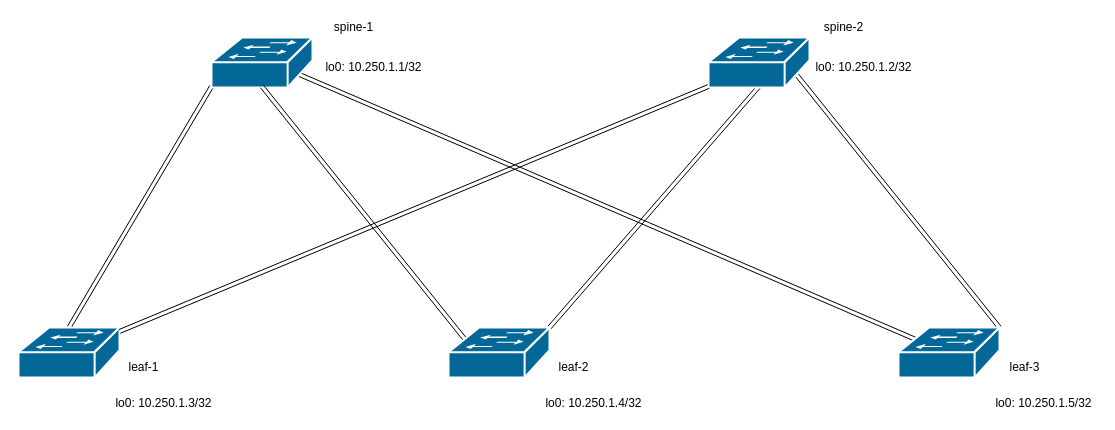
This is ceos/5-node_port-channel/vxlan_ospf-underlay.drawio from rmcmilli/Terraform, a draw.io file, before an edit. Source tidied: cells renumbered, new cells numbered last; positions are measured from the earlier drawing's top-left corner, leaving out a move shared by most shapes. Both pictures are drawn from the tidied source at 100%, with x=0, y=0 at pixel (18, 17).
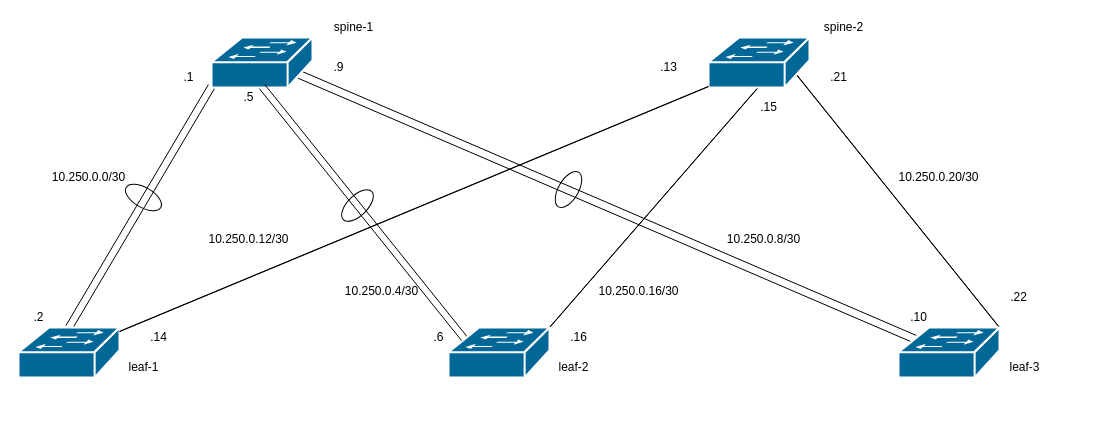
Above is the later version.

Commit message:
Update port-channels

The change refers to these unchanged cells:
```xml
<mxCell id="4" style="shape=mxgraph.cisco.switches.workgroup_switch;html=1;dashed=0;fillColor=#036897;strokeColor=#ffffff;strokeWidth=2;verticalLabelPosition=bottom;verticalAlign=top;align=center;outlineConnect=0;" parent="1" vertex="1">
  <mxGeometry x="193" y="20" width="101" height="50" as="geometry" />
</mxCell>
<mxCell id="7" style="shape=mxgraph.cisco.switches.workgroup_switch;html=1;dashed=0;fillColor=#036897;strokeColor=#ffffff;strokeWidth=2;verticalLabelPosition=bottom;verticalAlign=top;align=center;outlineConnect=0;" parent="1" vertex="1">
  <mxGeometry x="690" y="20" width="101" height="50" as="geometry" />
</mxCell>
<mxCell id="8" style="shape=mxgraph.cisco.switches.workgroup_switch;html=1;dashed=0;fillColor=#036897;strokeColor=#ffffff;strokeWidth=2;verticalLabelPosition=bottom;verticalAlign=top;align=center;outlineConnect=0;" parent="1" vertex="1">
  <mxGeometry y="310" width="101" height="50" as="geometry" />
</mxCell>
<mxCell id="11" style="shape=mxgraph.cisco.switches.workgroup_switch;html=1;dashed=0;fillColor=#036897;strokeColor=#ffffff;strokeWidth=2;verticalLabelPosition=bottom;verticalAlign=top;align=center;outlineConnect=0;" parent="1" vertex="1">
  <mxGeometry x="430" y="310" width="101" height="50" as="geometry" />
</mxCell>
<mxCell id="12" style="shape=mxgraph.cisco.switches.workgroup_switch;html=1;dashed=0;fillColor=#036897;strokeColor=#ffffff;strokeWidth=2;verticalLabelPosition=bottom;verticalAlign=top;align=center;outlineConnect=0;" parent="1" vertex="1">
  <mxGeometry x="880" y="310" width="101" height="50" as="geometry" />
</mxCell>
```

Change to the diagram source:
```diff
@@
-    <mxCell id="2" style="edgeStyle=none;shape=link;rounded=0;jettySize=auto;html=1;exitX=0;exitY=0.98;exitDx=0;exitDy=0;exitPerimeter=0;entryX=0.5;entryY=0;entryDx=0;entryDy=0;entryPerimeter=0;" parent="1" edge="1" source="4" target="8">
+    <mxCell id="2" style="edgeStyle=none;shape=link;rounded=0;jettySize=auto;html=1;exitX=0;exitY=0.98;exitDx=0;exitDy=0;exitPerimeter=0;entryX=0.5;entryY=0;entryDx=0;entryDy=0;entryPerimeter=0;width=7.297297297297295;" parent="1" edge="1" source="4" target="8">
       <mxGeometry relative="1" as="geometry" />
     </mxCell>
-    <mxCell id="3" style="edgeStyle=none;shape=link;rounded=0;jettySize=auto;html=1;exitX=0.87;exitY=0.74;exitDx=0;exitDy=0;exitPerimeter=0;entryX=0.16;entryY=0.23;entryDx=0;entryDy=0;entryPerimeter=0;" parent="1" edge="1" source="4" target="12">
+    <mxCell id="3" style="edgeStyle=none;shape=link;rounded=0;jettySize=auto;html=1;exitX=0.87;exitY=0.74;exitDx=0;exitDy=0;exitPerimeter=0;entryX=0.16;entryY=0.23;entryDx=0;entryDy=0;entryPerimeter=0;width=7.837837837837839;" parent="1" edge="1" source="4" target="12">
       <mxGeometry relative="1" as="geometry" />
     </mxCell>
@@
-    <mxCell id="5" style="edgeStyle=none;shape=link;rounded=0;jettySize=auto;html=1;exitX=0.87;exitY=0.74;exitDx=0;exitDy=0;exitPerimeter=0;entryX=1;entryY=0;entryDx=0;entryDy=0;entryPerimeter=0;" parent="1" edge="1" source="7" target="12">
+    <mxCell id="5" style="edgeStyle=none;shape=link;rounded=0;jettySize=auto;html=1;exitX=0.87;exitY=0.74;exitDx=0;exitDy=0;exitPerimeter=0;entryX=1;entryY=0;entryDx=0;entryDy=0;entryPerimeter=0;width=-0.2702702702702702;" parent="1" edge="1" source="7" target="12">
       <mxGeometry relative="1" as="geometry" />
     </mxCell>
-    <mxCell id="6" style="edgeStyle=none;shape=link;rounded=0;jettySize=auto;html=1;exitX=0.5;exitY=0.98;exitDx=0;exitDy=0;exitPerimeter=0;entryX=1;entryY=0;entryDx=0;entryDy=0;entryPerimeter=0;" parent="1" edge="1" source="7" target="11">
+    <mxCell id="6" style="edgeStyle=none;shape=link;rounded=0;jettySize=auto;html=1;exitX=0.5;exitY=0.98;exitDx=0;exitDy=0;exitPerimeter=0;entryX=1;entryY=0;entryDx=0;entryDy=0;entryPerimeter=0;width=-0.2702702702702702;" parent="1" edge="1" source="7" target="11">
       <mxGeometry relative="1" as="geometry" />
     </mxCell>
@@
-    <mxCell id="9" style="edgeStyle=none;shape=link;rounded=0;jettySize=auto;html=1;exitX=0.16;exitY=0.23;exitDx=0;exitDy=0;exitPerimeter=0;entryX=0.5;entryY=0.98;entryDx=0;entryDy=0;entryPerimeter=0;" parent="1" edge="1" source="11" target="4">
+    <mxCell id="9" style="edgeStyle=none;shape=link;rounded=0;jettySize=auto;html=1;exitX=0.16;exitY=0.23;exitDx=0;exitDy=0;exitPerimeter=0;entryX=0.5;entryY=0.98;entryDx=0;entryDy=0;entryPerimeter=0;width=6.756756756756754;" parent="1" edge="1" source="11" target="4">
       <mxGeometry relative="1" as="geometry" />
     </mxCell>
-    <mxCell id="10" style="edgeStyle=none;shape=link;rounded=0;jettySize=auto;html=1;entryX=0;entryY=0.98;entryDx=0;entryDy=0;entryPerimeter=0;" parent="1" edge="1" source="8" target="7">
+    <mxCell id="10" style="edgeStyle=none;shape=link;rounded=0;jettySize=auto;html=1;entryX=0;entryY=0.98;entryDx=0;entryDy=0;entryPerimeter=0;width=0.2702702702702702;" parent="1" edge="1" source="8" target="7">
       <mxGeometry relative="1" as="geometry" />
     </mxCell>
@@
-    <mxCell id="18" parent="0" />
-    <mxCell id="19" value="lo0: 10.250.1.1/32" style="text;html=1;align=center;verticalAlign=middle;" parent="18" vertex="1">
-      <mxGeometry x="300" y="40" width="110" height="20" as="geometry" />
-    </mxCell>
-    <mxCell id="20" value="lo0: 10.250.1.2/32" style="text;html=1;align=center;verticalAlign=middle;" parent="18" vertex="1">
-      <mxGeometry x="790" y="40" width="110" height="20" as="geometry" />
-    </mxCell>
-    <mxCell id="21" value="lo0: 10.250.1.3/32" style="text;html=1;align=center;verticalAlign=middle;" parent="18" vertex="1">
-      <mxGeometry x="90" y="376" width="110" height="20" as="geometry" />
-    </mxCell>
-    <mxCell id="22" value="lo0: 10.250.1.4/32" style="text;html=1;align=center;verticalAlign=middle;" parent="18" vertex="1">
-      <mxGeometry x="520" y="376" width="110" height="20" as="geometry" />
-    </mxCell>
-    <mxCell id="23" value="lo0: 10.250.1.5/32" style="text;html=1;align=center;verticalAlign=middle;" parent="18" vertex="1">
-      <mxGeometry x="970" y="376" width="110" height="20" as="geometry" />
-    </mxCell>
+    <mxCell id="24" style="ellipse;whiteSpace=wrap;html=1;fillColor=none;rotation=30;" parent="1" vertex="1">
+      <mxGeometry x="105" y="170" width="40" height="20" as="geometry" />
+    </mxCell>
+    <mxCell id="25" style="ellipse;whiteSpace=wrap;html=1;fillColor=none;rotation=-45;" parent="1" vertex="1">
+      <mxGeometry x="319" y="178" width="40" height="20" as="geometry" />
+    </mxCell>
+    <mxCell id="26" style="ellipse;whiteSpace=wrap;html=1;fillColor=none;rotation=-60;" parent="1" vertex="1">
+      <mxGeometry x="530" y="162" width="40" height="20" as="geometry" />
+    </mxCell>
+    <mxCell id="27" parent="0" />
+    <mxCell id="28" value="10.250.0.0/30" style="text;html=1;align=center;verticalAlign=middle;" parent="27" vertex="1">
+      <mxGeometry x="25" y="150" width="90" height="20" as="geometry" />
+    </mxCell>
+    <mxCell id="29" value="10.250.0.12/30" style="text;html=1;align=center;verticalAlign=middle;" parent="27" vertex="1">
+      <mxGeometry x="180" y="212" width="100" height="20" as="geometry" />
+    </mxCell>
+    <mxCell id="30" value="10.250.0.4/30" style="text;html=1;align=center;verticalAlign=middle;" parent="27" vertex="1">
+      <mxGeometry x="318" y="264" width="90" height="20" as="geometry" />
+    </mxCell>
+    <mxCell id="31" value="10.250.0.16/30" style="text;html=1;align=center;verticalAlign=middle;" parent="27" vertex="1">
+      <mxGeometry x="570" y="264" width="100" height="20" as="geometry" />
+    </mxCell>
+    <mxCell id="32" value="10.250.0.8/30" style="text;html=1;align=center;verticalAlign=middle;" parent="27" vertex="1">
+      <mxGeometry x="700" y="212" width="90" height="20" as="geometry" />
+    </mxCell>
+    <mxCell id="33" value="10.250.0.20/30" style="text;html=1;align=center;verticalAlign=middle;" parent="27" vertex="1">
+      <mxGeometry x="870" y="150" width="100" height="20" as="geometry" />
+    </mxCell>
+    <mxCell id="34" value=".1" style="text;html=1;align=center;verticalAlign=middle;" parent="27" vertex="1">
+      <mxGeometry x="155" y="50" width="30" height="20" as="geometry" />
+    </mxCell>
+    <mxCell id="35" value=".2" style="text;html=1;align=center;verticalAlign=middle;" parent="27" vertex="1">
+      <mxGeometry x="5" y="290" width="30" height="20" as="geometry" />
+    </mxCell>
+    <mxCell id="36" value=".5" style="text;html=1;align=center;verticalAlign=middle;" parent="27" vertex="1">
+      <mxGeometry x="215" y="70" width="30" height="20" as="geometry" />
+    </mxCell>
+    <mxCell id="37" value=".6" style="text;html=1;align=center;verticalAlign=middle;" parent="27" vertex="1">
+      <mxGeometry x="405" y="310" width="30" height="20" as="geometry" />
+    </mxCell>
+    <mxCell id="38" value=".9" style="text;html=1;align=center;verticalAlign=middle;" parent="27" vertex="1">
+      <mxGeometry x="305" y="40" width="30" height="20" as="geometry" />
+    </mxCell>
+    <mxCell id="39" value=".10" style="text;html=1;align=center;verticalAlign=middle;" parent="27" vertex="1">
+      <mxGeometry x="885" y="290" width="30" height="20" as="geometry" />
+    </mxCell>
+    <mxCell id="40" value=".13" style="text;html=1;align=center;verticalAlign=middle;" parent="27" vertex="1">
+      <mxGeometry x="635" y="40" width="30" height="20" as="geometry" />
+    </mxCell>
+    <mxCell id="41" value=".14" style="text;html=1;align=center;verticalAlign=middle;" parent="27" vertex="1">
+      <mxGeometry x="125" y="310" width="30" height="20" as="geometry" />
+    </mxCell>
+    <mxCell id="42" value=".15" style="text;html=1;align=center;verticalAlign=middle;" parent="27" vertex="1">
+      <mxGeometry x="735" y="80" width="30" height="20" as="geometry" />
+    </mxCell>
+    <mxCell id="43" value=".16" style="text;html=1;align=center;verticalAlign=middle;" parent="27" vertex="1">
+      <mxGeometry x="545" y="310" width="30" height="20" as="geometry" />
+    </mxCell>
+    <mxCell id="44" value=".21" style="text;html=1;align=center;verticalAlign=middle;" parent="27" vertex="1">
+      <mxGeometry x="805" y="50" width="30" height="20" as="geometry" />
+    </mxCell>
+    <mxCell id="45" value=".22" style="text;html=1;align=center;verticalAlign=middle;" parent="27" vertex="1">
+      <mxGeometry x="985" y="270" width="30" height="20" as="geometry" />
+    </mxCell>
```
